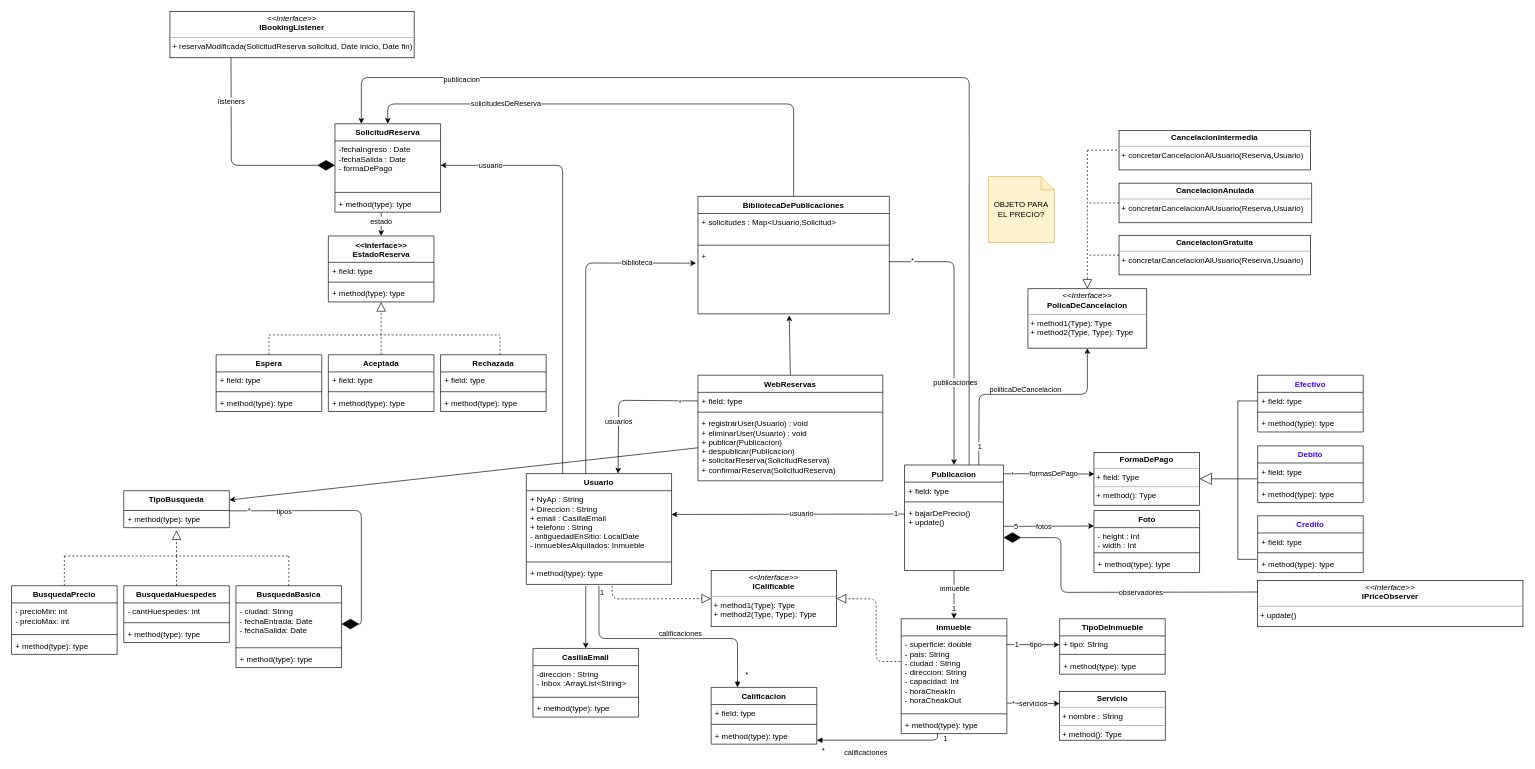
Nahuel-P/unqui-po2-alquileres-temporales keeps this draw.io diagram as UMLv2.drawio. Above is the earlier version. Source tidied: cells renumbered, new cells numbered last; positions are measured from the earlier drawing's top-left corner, leaving out a move shared by most shapes. Both pictures are drawn from the tidied source at 66%, with x=0, y=0 at pixel (11, 11).
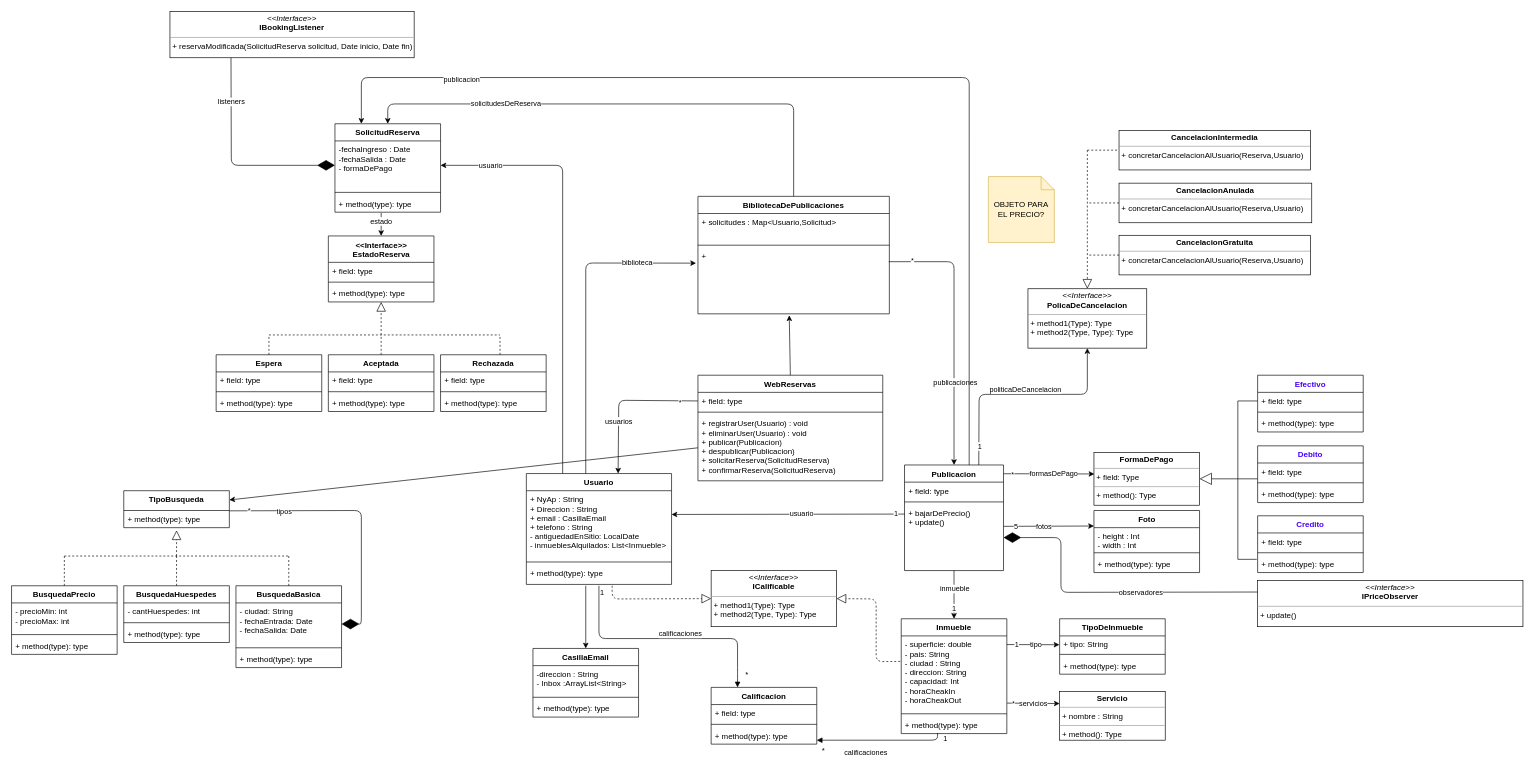
The same diagram, later.

Commit message:
fix de tipo de dato de inmueblesAlquilados en usuario

Unchanged cells that the change refers to:
```xml
<mxCell id="6" value="Usuario" style="swimlane;fontStyle=1;align=center;verticalAlign=top;horizontal=1;startSize=26;" parent="1" vertex="1">
  <mxGeometry x="780" y="700" width="220" height="168" as="geometry" />
</mxCell>
```

Diff of the diagram source:
```diff
@@
-    <mxCell id="7" value="+ NyAp : String&#10;+ Direccion : String &#10;+ email : CasillaEmail&#10;+ telefono : String&#10;- antiguedadEnSitio: LocalDate&#10;- inmueblesAlquilados: Inmueble" style="text;strokeColor=none;fillColor=none;align=left;verticalAlign=top;spacingLeft=4;spacingRight=4;overflow=hidden;points=[[0,0.5],[1,0.5]];portConstraint=eastwest;" parent="6" vertex="1">
+    <mxCell id="7" value="+ NyAp : String&#10;+ Direccion : String &#10;+ email : CasillaEmail&#10;+ telefono : String&#10;- antiguedadEnSitio: LocalDate&#10;- inmueblesAlquilados: List&lt;Inmueble&gt;" style="text;strokeColor=none;fillColor=none;align=left;verticalAlign=top;spacingLeft=4;spacingRight=4;overflow=hidden;points=[[0,0.5],[1,0.5]];portConstraint=eastwest;" parent="6" vertex="1">
       <mxGeometry y="26" width="220" height="104" as="geometry" />
     </mxCell>
```
